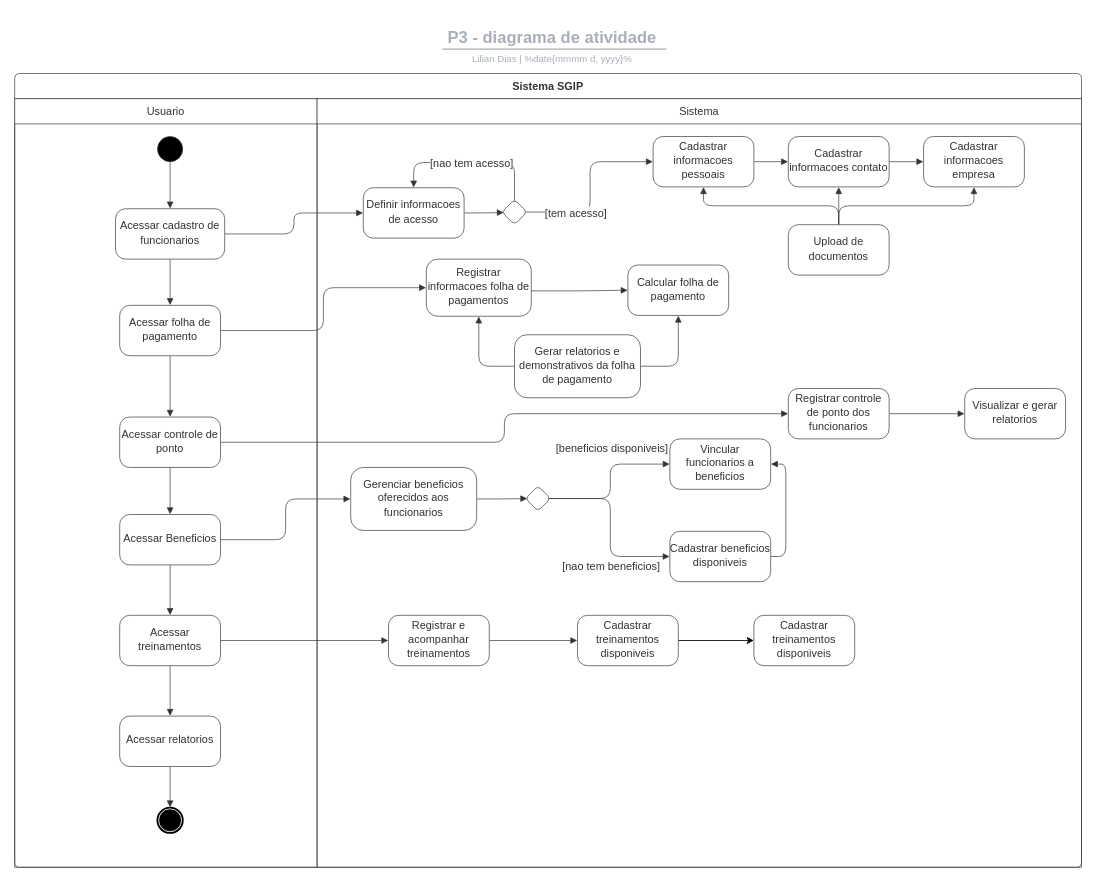
This is tutoriais/Diagrama sem nome.drawio from diaslilian/c-study, a draw.io file, before an edit. Source tidied: cells renumbered, new cells numbered last; positions are measured from the earlier drawing's top-left corner, leaving out a move shared by most shapes. Both pictures are drawn from the tidied source at 84%, with x=0, y=0 at pixel (14, 23).
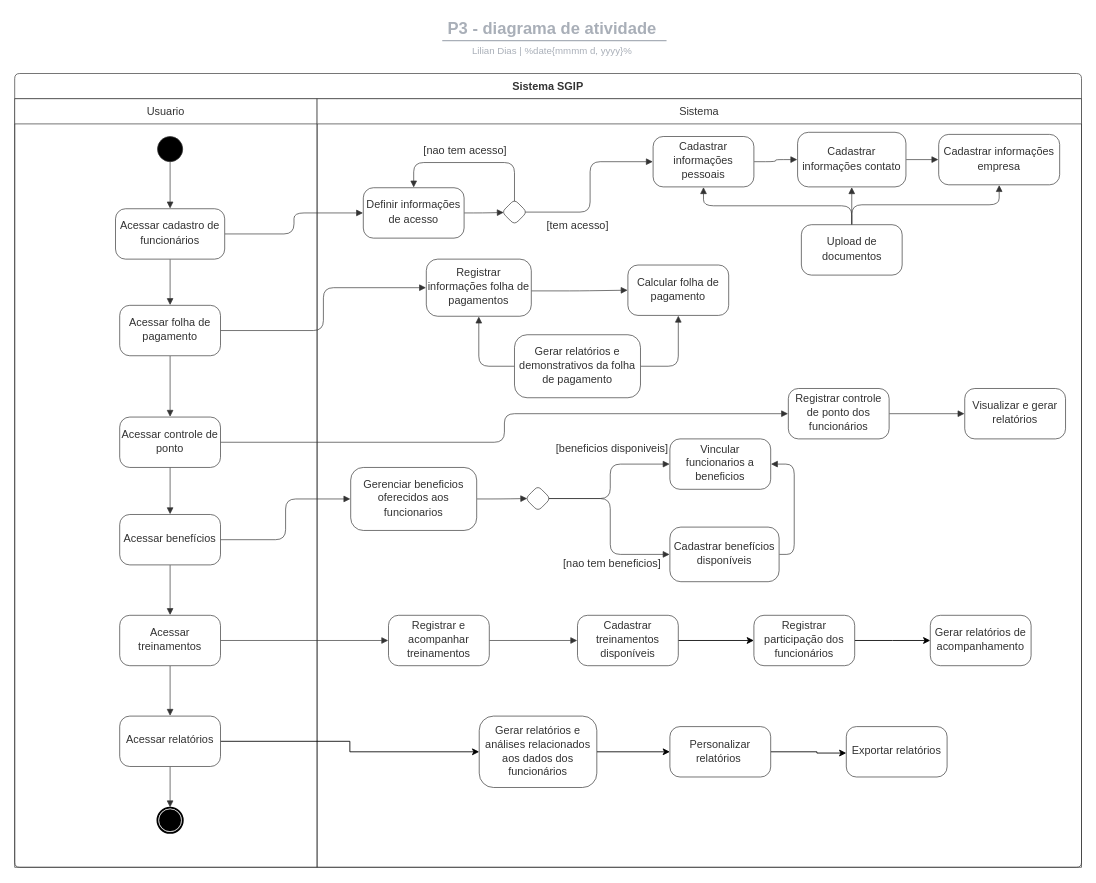
The same diagram, later.

Commit message:
P3 - diagrama atividade

The change refers to these unchanged cells:
```xml
<mxCell id="35" style="html=1;jettySize=18;whiteSpace=wrap;fontSize=13;fontColor=#333333;align=center;strokeColor=#333333;strokeOpacity=100;strokeWidth=0.8;rounded=1;arcSize=24;edgeStyle=orthogonalEdgeStyle;startArrow=none;endArrow=block;endFill=1;exitX=0.93;exitY=0.5;exitPerimeter=0;entryX=-0.003;entryY=0.5;entryPerimeter=0;lucidId=WfmxA.3ZWwXJ;" parent="1" edge="1" source="34" target="20">
  <mxGeometry relative="1" as="geometry" />
</mxCell>
<mxCell id="39" style="html=1;jettySize=18;whiteSpace=wrap;fontSize=13;fontColor=#333333;align=center;strokeColor=#333333;strokeOpacity=100;strokeWidth=0.8;rounded=1;arcSize=24;edgeStyle=orthogonalEdgeStyle;startArrow=none;endArrow=block;endFill=1;exitX=0.5;exitY=0.07;exitPerimeter=0;entryX=0.5;entryY=-0.006;entryPerimeter=0;lucidId=8gmxMDL5zH5B;" parent="1" edge="1" source="34" target="24">
  <mxGeometry relative="1" as="geometry">
    <Array as="points">
      <mxPoint x="595" y="166" />
      <mxPoint x="475" y="166" />
    </Array>
  </mxGeometry>
</mxCell>
```

The edit, as a diff of the source:
```diff
@@
     <mxCell id="7" style="group;" parent="1" vertex="1">
-      <mxGeometry x="320" width="640" height="45" as="geometry" />
+      <mxGeometry x="320" y="-10" width="640" height="45" as="geometry" />
     </mxCell>
@@
-    <mxCell id="11" value="&lt;div style=&quot;display: flex; justify-content: center; text-align: center; align-items: baseline; font-size: 0; line-height: 1.25;margin-top: -2px;&quot;&gt;&lt;span&gt;&lt;span style=&quot;font-size:13px;color:#333333;&quot;&gt;Acessar cadastro de funcionarios&lt;/span&gt;&lt;/span&gt;&lt;/div&gt;" style="rounded=1;arcSize=20;whiteSpace=wrap;overflow=block;blockSpacing=1;html=1;fontSize=13;spacing=0;strokeColor=#333333;strokeOpacity=100;fillOpacity=100;fillColor=#ffffff;strokeWidth=0.8;" parent="1" vertex="1">
+    <mxCell id="11" value="&lt;div style=&quot;display: flex; justify-content: center; text-align: center; align-items: baseline; font-size: 0; line-height: 1.25;margin-top: -2px;&quot;&gt;&lt;span&gt;&lt;span style=&quot;font-size:13px;color:#333333;&quot;&gt;Acessar cadastro de funcionários&lt;/span&gt;&lt;/span&gt;&lt;/div&gt;" style="rounded=1;arcSize=20;whiteSpace=wrap;overflow=block;blockSpacing=1;html=1;fontSize=13;spacing=0;strokeColor=#333333;strokeOpacity=100;fillOpacity=100;fillColor=#ffffff;strokeWidth=0.8;" parent="1" vertex="1">
       <mxGeometry x="120" y="221" width="130" height="60" as="geometry" />
     </mxCell>
@@
-    <mxCell id="15" value="&lt;div style=&quot;display: flex; justify-content: center; text-align: center; align-items: baseline; font-size: 0; line-height: 1.25;margin-top: -2px;&quot;&gt;&lt;span&gt;&lt;span style=&quot;font-size:13px;color:#333333;&quot;&gt;Acessar Beneficios&lt;/span&gt;&lt;/span&gt;&lt;/div&gt;" style="rounded=1;arcSize=20;whiteSpace=wrap;overflow=block;blockSpacing=1;html=1;fontSize=13;spacing=0;strokeColor=#333333;strokeOpacity=100;fillOpacity=100;fillColor=#ffffff;strokeWidth=0.8;" parent="1" vertex="1">
+    <mxCell id="15" value="&lt;div style=&quot;display: flex; justify-content: center; text-align: center; align-items: baseline; font-size: 0; line-height: 1.25;margin-top: -2px;&quot;&gt;&lt;span&gt;&lt;span style=&quot;font-size:13px;color:#333333;&quot;&gt;Acessar benefícios&lt;/span&gt;&lt;/span&gt;&lt;/div&gt;" style="rounded=1;arcSize=20;whiteSpace=wrap;overflow=block;blockSpacing=1;html=1;fontSize=13;spacing=0;strokeColor=#333333;strokeOpacity=100;fillOpacity=100;fillColor=#ffffff;strokeWidth=0.8;" parent="1" vertex="1">
       <mxGeometry x="125" y="585" width="120" height="60" as="geometry" />
     </mxCell>
@@
+    <mxCell id="69" style="edgeStyle=orthogonalEdgeStyle;rounded=0;jettySize=auto;html=1;exitX=1;exitY=0.5;exitDx=0;exitDy=0;" parent="1" edge="1" source="19" target="73">
+      <mxGeometry relative="1" as="geometry" />
+    </mxCell>
-    <mxCell id="19" value="&lt;div style=&quot;display: flex; justify-content: center; text-align: center; align-items: baseline; font-size: 0; line-height: 1.25;margin-top: -2px;&quot;&gt;&lt;span&gt;&lt;span style=&quot;font-size:13px;color:#333333;&quot;&gt;Acessar relatorios&lt;/span&gt;&lt;/span&gt;&lt;/div&gt;" style="rounded=1;arcSize=20;whiteSpace=wrap;overflow=block;blockSpacing=1;html=1;fontSize=13;spacing=0;strokeColor=#333333;strokeOpacity=100;fillOpacity=100;fillColor=#ffffff;strokeWidth=0.8;" parent="1" vertex="1">
+    <mxCell id="19" value="&lt;div style=&quot;display: flex; justify-content: center; text-align: center; align-items: baseline; font-size: 0; line-height: 1.25;margin-top: -2px;&quot;&gt;&lt;span&gt;&lt;span style=&quot;font-size:13px;color:#333333;&quot;&gt;Acessar relatórios&lt;/span&gt;&lt;/span&gt;&lt;/div&gt;" style="rounded=1;arcSize=20;whiteSpace=wrap;overflow=block;blockSpacing=1;html=1;fontSize=13;spacing=0;strokeColor=#333333;strokeOpacity=100;fillOpacity=100;fillColor=#ffffff;strokeWidth=0.8;" parent="1" vertex="1">
       <mxGeometry x="125" y="825" width="120" height="60" as="geometry" />
     </mxCell>
-    <mxCell id="20" value="&lt;div style=&quot;display: flex; justify-content: center; text-align: center; align-items: baseline; font-size: 0; line-height: 1.25;margin-top: -2px;&quot;&gt;&lt;span&gt;&lt;span style=&quot;font-size:13px;color:#333333;&quot;&gt;Cadastrar informacoes pessoais&lt;/span&gt;&lt;/span&gt;&lt;/div&gt;" style="rounded=1;arcSize=20;whiteSpace=wrap;overflow=block;blockSpacing=1;html=1;fontSize=13;spacing=0;strokeColor=#333333;strokeOpacity=100;fillOpacity=100;fillColor=#ffffff;strokeWidth=0.8;" parent="1" vertex="1">
+    <mxCell id="20" value="&lt;div style=&quot;display: flex; justify-content: center; text-align: center; align-items: baseline; font-size: 0; line-height: 1.25;margin-top: -2px;&quot;&gt;&lt;span&gt;&lt;span style=&quot;font-size:13px;color:#333333;&quot;&gt;Cadastrar informações pessoais&lt;/span&gt;&lt;/span&gt;&lt;/div&gt;" style="rounded=1;arcSize=20;whiteSpace=wrap;overflow=block;blockSpacing=1;html=1;fontSize=13;spacing=0;strokeColor=#333333;strokeOpacity=100;fillOpacity=100;fillColor=#ffffff;strokeWidth=0.8;" parent="1" vertex="1">
       <mxGeometry x="760" y="135" width="120" height="60" as="geometry" />
     </mxCell>
-    <mxCell id="21" value="&lt;div style=&quot;display: flex; justify-content: center; text-align: center; align-items: baseline; font-size: 0; line-height: 1.25;margin-top: -2px;&quot;&gt;&lt;span&gt;&lt;span style=&quot;font-size:13px;color:#333333;&quot;&gt;Cadastrar informacoes contato&lt;/span&gt;&lt;/span&gt;&lt;/div&gt;" style="rounded=1;arcSize=20;whiteSpace=wrap;overflow=block;blockSpacing=1;html=1;fontSize=13;spacing=0;strokeColor=#333333;strokeOpacity=100;fillOpacity=100;fillColor=#ffffff;strokeWidth=0.8;" parent="1" vertex="1">
-      <mxGeometry x="921" y="135" width="120" height="60" as="geometry" />
+    <mxCell id="21" value="&lt;div style=&quot;display: flex; justify-content: center; text-align: center; align-items: baseline; font-size: 0; line-height: 1.25;margin-top: -2px;&quot;&gt;&lt;span&gt;&lt;span style=&quot;font-size:13px;color:#333333;&quot;&gt;Cadastrar informações contato&lt;/span&gt;&lt;/span&gt;&lt;/div&gt;" style="rounded=1;arcSize=20;whiteSpace=wrap;overflow=block;blockSpacing=1;html=1;fontSize=13;spacing=0;strokeColor=#333333;strokeOpacity=100;fillOpacity=100;fillColor=#ffffff;strokeWidth=0.8;" parent="1" vertex="1">
+      <mxGeometry x="932" y="130" width="129" height="65" as="geometry" />
     </mxCell>
-    <mxCell id="22" value="&lt;div style=&quot;display: flex; justify-content: center; text-align: center; align-items: baseline; font-size: 0; line-height: 1.25;margin-top: -2px;&quot;&gt;&lt;span&gt;&lt;span style=&quot;font-size:13px;color:#333333;&quot;&gt;Cadastrar informacoes empresa&lt;/span&gt;&lt;/span&gt;&lt;/div&gt;" style="rounded=1;arcSize=20;whiteSpace=wrap;overflow=block;blockSpacing=1;html=1;fontSize=13;spacing=0;strokeColor=#333333;strokeOpacity=100;fillOpacity=100;fillColor=#ffffff;strokeWidth=0.8;" parent="1" vertex="1">
-      <mxGeometry x="1082" y="135" width="120" height="60" as="geometry" />
+    <mxCell id="22" value="&lt;div style=&quot;display: flex; justify-content: center; text-align: center; align-items: baseline; font-size: 0; line-height: 1.25;margin-top: -2px;&quot;&gt;&lt;span&gt;&lt;span style=&quot;font-size:13px;color:#333333;&quot;&gt;Cadastrar informações empresa&lt;/span&gt;&lt;/span&gt;&lt;/div&gt;" style="rounded=1;arcSize=20;whiteSpace=wrap;overflow=block;blockSpacing=1;html=1;fontSize=13;spacing=0;strokeColor=#333333;strokeOpacity=100;fillOpacity=100;fillColor=#ffffff;strokeWidth=0.8;" parent="1" vertex="1">
+      <mxGeometry x="1100" y="132.5" width="144" height="60" as="geometry" />
     </mxCell>
     <mxCell id="23" value="&lt;div style=&quot;display: flex; justify-content: center; text-align: center; align-items: baseline; font-size: 0; line-height: 1.25;margin-top: -2px;&quot;&gt;&lt;span&gt;&lt;span style=&quot;font-size:13px;color:#333333;&quot;&gt;Upload de documentos&lt;/span&gt;&lt;/span&gt;&lt;/div&gt;" style="rounded=1;arcSize=20;whiteSpace=wrap;overflow=block;blockSpacing=1;html=1;fontSize=13;spacing=0;strokeColor=#333333;strokeOpacity=100;fillOpacity=100;fillColor=#ffffff;strokeWidth=0.8;" parent="1" vertex="1">
-      <mxGeometry x="921" y="240" width="120" height="60" as="geometry" />
+      <mxGeometry x="936.5" y="240" width="120" height="60" as="geometry" />
     </mxCell>
-    <mxCell id="24" value="&lt;div style=&quot;display: flex; justify-content: center; text-align: center; align-items: baseline; font-size: 0; line-height: 1.25;margin-top: -2px;&quot;&gt;&lt;span&gt;&lt;span style=&quot;font-size:13px;color:#333333;&quot;&gt;Definir informacoes de acesso&lt;/span&gt;&lt;/span&gt;&lt;/div&gt;" style="rounded=1;arcSize=20;whiteSpace=wrap;overflow=block;blockSpacing=1;html=1;fontSize=13;spacing=0;strokeColor=#333333;strokeOpacity=100;fillOpacity=100;fillColor=#ffffff;strokeWidth=0.8;" parent="1" vertex="1">
+    <mxCell id="24" value="&lt;div style=&quot;display: flex; justify-content: center; text-align: center; align-items: baseline; font-size: 0; line-height: 1.25;margin-top: -2px;&quot;&gt;&lt;span&gt;&lt;span style=&quot;font-size:13px;color:#333333;&quot;&gt;Definir informações de acesso&lt;/span&gt;&lt;/span&gt;&lt;/div&gt;" style="rounded=1;arcSize=20;whiteSpace=wrap;overflow=block;blockSpacing=1;html=1;fontSize=13;spacing=0;strokeColor=#333333;strokeOpacity=100;fillOpacity=100;fillColor=#ffffff;strokeWidth=0.8;" parent="1" vertex="1">
       <mxGeometry x="415" y="196" width="120" height="60" as="geometry" />
     </mxCell>
@@
-    <mxCell id="26" value="&lt;div style=&quot;display: flex; justify-content: center; text-align: center; align-items: baseline; font-size: 0; line-height: 1.25;margin-top: -2px;&quot;&gt;&lt;span&gt;&lt;span style=&quot;font-size:13px;color:#333333;&quot;&gt;Gerar relatorios e demonstrativos da folha de pagamento&lt;/span&gt;&lt;/span&gt;&lt;/div&gt;" style="rounded=1;arcSize=20;whiteSpace=wrap;overflow=block;blockSpacing=1;html=1;fontSize=13;spacing=0;strokeColor=#333333;strokeOpacity=100;fillOpacity=100;fillColor=#ffffff;strokeWidth=0.8;" parent="1" vertex="1">
+    <mxCell id="26" value="&lt;div style=&quot;display: flex; justify-content: center; text-align: center; align-items: baseline; font-size: 0; line-height: 1.25;margin-top: -2px;&quot;&gt;&lt;span&gt;&lt;span style=&quot;font-size:13px;color:#333333;&quot;&gt;Gerar relatórios e demonstrativos da folha de pagamento&lt;/span&gt;&lt;/span&gt;&lt;/div&gt;" style="rounded=1;arcSize=20;whiteSpace=wrap;overflow=block;blockSpacing=1;html=1;fontSize=13;spacing=0;strokeColor=#333333;strokeOpacity=100;fillOpacity=100;fillColor=#ffffff;strokeWidth=0.8;" parent="1" vertex="1">
       <mxGeometry x="595" y="371" width="150" height="75" as="geometry" />
     </mxCell>
@@
     <mxCell id="36" value="[tem acesso]" style="text;html=1;labelBackgroundColor=default;align=center;verticalAlign=middle;fontColor=#333333;fontSize=13;" parent="35" vertex="1">
-      <mxGeometry x="-0.43" relative="1" as="geometry" />
+      <mxGeometry x="-0.43" relative="1" as="geometry">
+        <mxPoint x="2" y="15" as="offset" />
+      </mxGeometry>
     </mxCell>
@@
     <mxCell id="40" value="[nao tem acesso]" style="text;html=1;labelBackgroundColor=default;align=center;verticalAlign=middle;fontColor=#333333;fontSize=13;" parent="39" vertex="1">
-      <mxGeometry relative="1" as="geometry" />
+      <mxGeometry relative="1" as="geometry">
+        <mxPoint x="-8" y="-16" as="offset" />
+      </mxGeometry>
     </mxCell>
@@
-    <mxCell id="43" value="&lt;div style=&quot;display: flex; justify-content: center; text-align: center; align-items: baseline; font-size: 0; line-height: 1.25;margin-top: -2px;&quot;&gt;&lt;span&gt;&lt;span style=&quot;font-size:13px;color:#333333;&quot;&gt;Registrar informacoes folha de pagamentos&lt;/span&gt;&lt;/span&gt;&lt;/div&gt;" style="rounded=1;arcSize=20;whiteSpace=wrap;overflow=block;blockSpacing=1;html=1;fontSize=13;spacing=0;strokeColor=#333333;strokeOpacity=100;fillOpacity=100;fillColor=#ffffff;strokeWidth=0.8;" parent="1" vertex="1">
+    <mxCell id="43" value="&lt;div style=&quot;display: flex; justify-content: center; text-align: center; align-items: baseline; font-size: 0; line-height: 1.25;margin-top: -2px;&quot;&gt;&lt;span&gt;&lt;span style=&quot;font-size:13px;color:#333333;&quot;&gt;Registrar informações folha de pagamentos&lt;/span&gt;&lt;/span&gt;&lt;/div&gt;" style="rounded=1;arcSize=20;whiteSpace=wrap;overflow=block;blockSpacing=1;html=1;fontSize=13;spacing=0;strokeColor=#333333;strokeOpacity=100;fillOpacity=100;fillColor=#ffffff;strokeWidth=0.8;" parent="1" vertex="1">
       <mxGeometry x="490" y="281" width="125" height="68" as="geometry" />
     </mxCell>
@@
-    <mxCell id="49" value="&lt;div style=&quot;display: flex; justify-content: center; text-align: center; align-items: baseline; font-size: 0; line-height: 1.25;margin-top: -2px;&quot;&gt;&lt;span&gt;&lt;span style=&quot;font-size:13px;color:#333333;&quot;&gt;Registrar controle de ponto dos funcionarios&lt;/span&gt;&lt;/span&gt;&lt;/div&gt;" style="rounded=1;arcSize=20;whiteSpace=wrap;overflow=block;blockSpacing=1;html=1;fontSize=13;spacing=0;strokeColor=#333333;strokeOpacity=100;fillOpacity=100;fillColor=#ffffff;strokeWidth=0.8;" parent="1" vertex="1">
+    <mxCell id="49" value="&lt;div style=&quot;display: flex; justify-content: center; text-align: center; align-items: baseline; font-size: 0; line-height: 1.25;margin-top: -2px;&quot;&gt;&lt;span&gt;&lt;span style=&quot;font-size:13px;color:#333333;&quot;&gt;Registrar controle de ponto dos funcionários&lt;/span&gt;&lt;/span&gt;&lt;/div&gt;" style="rounded=1;arcSize=20;whiteSpace=wrap;overflow=block;blockSpacing=1;html=1;fontSize=13;spacing=0;strokeColor=#333333;strokeOpacity=100;fillOpacity=100;fillColor=#ffffff;strokeWidth=0.8;" parent="1" vertex="1">
       <mxGeometry x="921" y="435" width="120" height="60" as="geometry" />
     </mxCell>
@@
-    <mxCell id="51" value="&lt;div style=&quot;display: flex; justify-content: center; text-align: center; align-items: baseline; font-size: 0; line-height: 1.25;margin-top: -2px;&quot;&gt;&lt;span&gt;&lt;span style=&quot;font-size:13px;color:#333333;&quot;&gt;Visualizar e gerar relatorios&lt;/span&gt;&lt;/span&gt;&lt;/div&gt;" style="rounded=1;arcSize=20;whiteSpace=wrap;overflow=block;blockSpacing=1;html=1;fontSize=13;spacing=0;strokeColor=#333333;strokeOpacity=100;fillOpacity=100;fillColor=#ffffff;strokeWidth=0.8;" parent="1" vertex="1">
+    <mxCell id="51" value="&lt;div style=&quot;display: flex; justify-content: center; text-align: center; align-items: baseline; font-size: 0; line-height: 1.25;margin-top: -2px;&quot;&gt;&lt;span&gt;&lt;span style=&quot;font-size:13px;color:#333333;&quot;&gt;Visualizar e gerar relatórios&lt;/span&gt;&lt;/span&gt;&lt;/div&gt;" style="rounded=1;arcSize=20;whiteSpace=wrap;overflow=block;blockSpacing=1;html=1;fontSize=13;spacing=0;strokeColor=#333333;strokeOpacity=100;fillOpacity=100;fillColor=#ffffff;strokeWidth=0.8;" parent="1" vertex="1">
       <mxGeometry x="1131" y="435" width="120" height="60" as="geometry" />
     </mxCell>
@@
-    <mxCell id="61" value="&lt;div style=&quot;display: flex; justify-content: center; text-align: center; align-items: baseline; font-size: 0; line-height: 1.25;margin-top: -2px;&quot;&gt;&lt;span&gt;&lt;span style=&quot;font-size:13px;color:#333333;&quot;&gt;Cadastrar beneficios disponiveis&lt;/span&gt;&lt;/span&gt;&lt;/div&gt;" style="rounded=1;arcSize=20;whiteSpace=wrap;overflow=block;blockSpacing=1;html=1;fontSize=13;spacing=0;strokeColor=#333333;strokeOpacity=100;fillOpacity=100;fillColor=#ffffff;strokeWidth=0.8;" parent="1" vertex="1">
-      <mxGeometry x="780" y="605" width="120" height="60" as="geometry" />
+    <mxCell id="61" value="&lt;div style=&quot;display: flex; justify-content: center; text-align: center; align-items: baseline; font-size: 0; line-height: 1.25;margin-top: -2px;&quot;&gt;&lt;span&gt;&lt;span style=&quot;font-size:13px;color:#333333;&quot;&gt;Cadastrar benefícios disponíveis&lt;/span&gt;&lt;/span&gt;&lt;/div&gt;" style="rounded=1;arcSize=20;whiteSpace=wrap;overflow=block;blockSpacing=1;html=1;fontSize=13;spacing=0;strokeColor=#333333;strokeOpacity=100;fillOpacity=100;fillColor=#ffffff;strokeWidth=0.8;" parent="1" vertex="1">
+      <mxGeometry x="780" y="600" width="130" height="65" as="geometry" />
     </mxCell>
@@
-    <mxCell id="67" value="&lt;div style=&quot;display: flex; justify-content: center; text-align: center; align-items: baseline; font-size: 0; line-height: 1.25;margin-top: -2px;&quot;&gt;&lt;span&gt;&lt;span style=&quot;font-size:13px;color:#333333;&quot;&gt;Cadastrar treinamentos disponiveis&lt;/span&gt;&lt;/span&gt;&lt;/div&gt;" style="rounded=1;arcSize=20;whiteSpace=wrap;overflow=block;blockSpacing=1;html=1;fontSize=13;spacing=0;strokeColor=#333333;strokeOpacity=100;fillOpacity=100;fillColor=#ffffff;strokeWidth=0.8;" parent="1" vertex="1">
+    <mxCell id="67" value="&lt;div style=&quot;display: flex; justify-content: center; text-align: center; align-items: baseline; font-size: 0; line-height: 1.25;margin-top: -2px;&quot;&gt;&lt;span&gt;&lt;span style=&quot;font-size:13px;color:#333333;&quot;&gt;Cadastrar treinamentos disponíveis&lt;/span&gt;&lt;/span&gt;&lt;/div&gt;" style="rounded=1;arcSize=20;whiteSpace=wrap;overflow=block;blockSpacing=1;html=1;fontSize=13;spacing=0;strokeColor=#333333;strokeOpacity=100;fillOpacity=100;fillColor=#ffffff;strokeWidth=0.8;" parent="1" vertex="1">
       <mxGeometry x="670" y="705" width="120" height="60" as="geometry" />
     </mxCell>
+    <mxCell id="70" style="edgeStyle=orthogonalEdgeStyle;rounded=0;jettySize=auto;html=1;exitX=1;exitY=0.5;exitDx=0;exitDy=0;" parent="1" edge="1" source="68">
+      <mxGeometry relative="1" as="geometry">
+        <mxPoint x="1090" y="735" as="targetPoint" />
+      </mxGeometry>
+    </mxCell>
-    <mxCell id="68" value="&lt;div style=&quot;display: flex; justify-content: center; text-align: center; align-items: baseline; font-size: 0; line-height: 1.25;margin-top: -2px;&quot;&gt;&lt;span&gt;&lt;span style=&quot;font-size:13px;color:#333333;&quot;&gt;Cadastrar treinamentos disponiveis&lt;/span&gt;&lt;/span&gt;&lt;/div&gt;" style="rounded=1;arcSize=20;whiteSpace=wrap;overflow=block;blockSpacing=1;html=1;fontSize=13;spacing=0;strokeColor=#333333;strokeOpacity=100;fillOpacity=100;fillColor=#ffffff;strokeWidth=0.8;" parent="1" vertex="1">
+    <mxCell id="68" value="&lt;div style=&quot;display: flex; justify-content: center; text-align: center; align-items: baseline; line-height: 1.25; margin-top: -2px;&quot;&gt;&lt;font color=&quot;#333333&quot;&gt;Registrar participação dos funcionários&lt;/font&gt;&lt;/div&gt;" style="rounded=1;arcSize=20;whiteSpace=wrap;overflow=block;blockSpacing=1;html=1;fontSize=13;spacing=0;strokeColor=#333333;strokeOpacity=100;fillOpacity=100;fillColor=#ffffff;strokeWidth=0.8;" parent="1" vertex="1">
       <mxGeometry x="880" y="705" width="120" height="60" as="geometry" />
     </mxCell>
+    <mxCell id="71" value="&lt;div style=&quot;display: flex; justify-content: center; text-align: center; align-items: baseline; line-height: 1.25; margin-top: -2px;&quot;&gt;&lt;font color=&quot;#333333&quot;&gt;Gerar relatórios de acompanhamento&lt;/font&gt;&lt;/div&gt;" style="rounded=1;arcSize=20;whiteSpace=wrap;overflow=block;blockSpacing=1;html=1;fontSize=13;spacing=0;strokeColor=#333333;strokeOpacity=100;fillOpacity=100;fillColor=#ffffff;strokeWidth=0.8;" parent="1" vertex="1">
+      <mxGeometry x="1090" y="705" width="120" height="60" as="geometry" />
+    </mxCell>
+    <mxCell id="72" style="edgeStyle=orthogonalEdgeStyle;rounded=0;jettySize=auto;html=1;entryX=0;entryY=0.5;entryDx=0;entryDy=0;" parent="1" edge="1" source="73" target="75">
+      <mxGeometry relative="1" as="geometry" />
+    </mxCell>
+    <mxCell id="73" value="&lt;div style=&quot;display: flex; justify-content: center; text-align: center; align-items: baseline; line-height: 1.25; margin-top: -2px;&quot;&gt;&lt;font color=&quot;#333333&quot;&gt;Gerar relatórios e análises relacionados aos dados dos funcionários&lt;/font&gt;&lt;/div&gt;" style="rounded=1;arcSize=20;whiteSpace=wrap;overflow=block;blockSpacing=1;html=1;fontSize=13;spacing=0;strokeColor=#333333;strokeOpacity=100;fillOpacity=100;fillColor=#ffffff;strokeWidth=0.8;" parent="1" vertex="1">
+      <mxGeometry x="553" y="825" width="140" height="85" as="geometry" />
+    </mxCell>
+    <mxCell id="74" style="edgeStyle=orthogonalEdgeStyle;rounded=0;jettySize=auto;html=1;exitX=1;exitY=0.5;exitDx=0;exitDy=0;" parent="1" edge="1" source="75" target="76">
+      <mxGeometry relative="1" as="geometry">
+        <Array as="points">
+          <mxPoint x="955" y="868" />
+          <mxPoint x="955" y="869" />
+        </Array>
+      </mxGeometry>
+    </mxCell>
+    <mxCell id="75" value="&lt;div style=&quot;display: flex; justify-content: center; text-align: center; align-items: baseline; line-height: 1.25; margin-top: -2px;&quot;&gt;&lt;font color=&quot;#333333&quot;&gt;Personalizar relatórios&amp;nbsp;&lt;/font&gt;&lt;/div&gt;" style="rounded=1;arcSize=20;whiteSpace=wrap;overflow=block;blockSpacing=1;html=1;fontSize=13;spacing=0;strokeColor=#333333;strokeOpacity=100;fillOpacity=100;fillColor=#ffffff;strokeWidth=0.8;" parent="1" vertex="1">
+      <mxGeometry x="780" y="837.5" width="120" height="60" as="geometry" />
+    </mxCell>
+    <mxCell id="76" value="&lt;div style=&quot;display: flex; justify-content: center; text-align: center; align-items: baseline; line-height: 1.25; margin-top: -2px;&quot;&gt;&lt;font color=&quot;#333333&quot;&gt;Exportar relatórios&lt;/font&gt;&lt;/div&gt;" style="rounded=1;arcSize=20;whiteSpace=wrap;overflow=block;blockSpacing=1;html=1;fontSize=13;spacing=0;strokeColor=#333333;strokeOpacity=100;fillOpacity=100;fillColor=#ffffff;strokeWidth=0.8;" parent="1" vertex="1">
+      <mxGeometry x="990" y="837.5" width="120" height="60" as="geometry" />
+    </mxCell>
```
